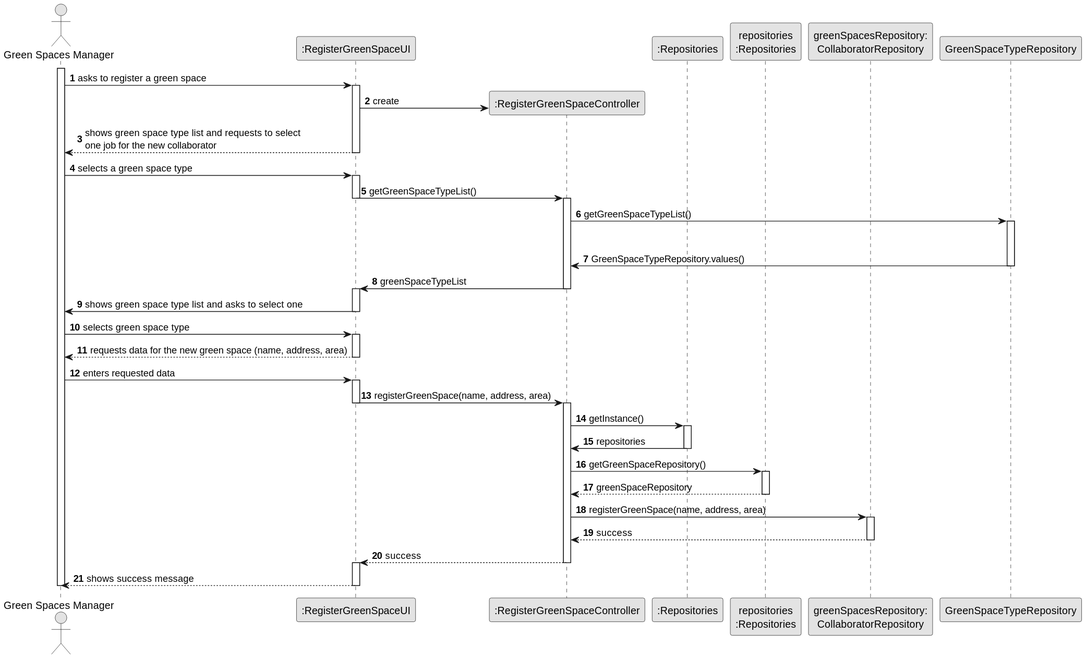
Earlier version of the PlantUML export docs/sprintC/us020/03.design/svg/us020-sequence-diagram-full.svg (Departamento-de-Engenharia-Informatica/lei-24-s2-1do-g164). The source it was exported from:
```plantuml
@startuml
skinparam monochrome true
skinparam packageStyle rectangle
    skinparam shadowing false

    autonumber

    actor "Green Spaces Manager" as HRM
    participant ":RegisterGreenSpaceUI" as UI
    participant ":RegisterGreenSpaceController" as CTRL
    participant ":Repositories" as RepositorySingleton
    participant "repositories\n:Repositories" as PLAT
    participant "greenSpacesRepository:\nCollaboratorRepository" as collaboratorRepository
    participant "GreenSpaceTypeRepository" as DocumentTypeRepository
    activate HRM

            HRM -> UI : asks to register a green space
            activate UI


                UI -> CTRL** : create



                UI --> HRM : shows green space type list and requests to select \none job for the new collaborator
            deactivate UI

        HRM -> UI : selects a green space type
        activate UI
        UI -> CTRL : getGreenSpaceTypeList()
                deactivate UI
                activate CTRL
                CTRL -> DocumentTypeRepository : getGreenSpaceTypeList()

                activate "DocumentTypeRepository"
                deactivate UI
                DocumentTypeRepository -> CTRL : GreenSpaceTypeRepository.values()
                deactivate DocumentTypeRepository
                        CTRL -> UI : greenSpaceTypeList

                deactivate CTRL
                activate UI

                UI -> HRM : shows green space type list and asks to select one
                deactivate UI
                HRM -> UI : selects green space type
                activate UI
        HRM <-- UI : requests data for the new green space (name, address, area)
        deactivate UI
        HRM -> UI : enters requested data
        activate UI


           UI -> CTRL : registerGreenSpace(name, address, area)
               deactivate UI
               activate CTRL
                 CTRL -> RepositorySingleton : getInstance()
                 activate RepositorySingleton
                   RepositorySingleton -> CTRL : repositories
                 deactivate RepositorySingleton

                 CTRL -> PLAT : getGreenSpaceRepository()
                 activate PLAT
                   PLAT --> CTRL : greenSpaceRepository
                 deactivate PLAT

                 CTRL -> collaboratorRepository : registerGreenSpace(name, address, area)
                 activate collaboratorRepository


                   collaboratorRepository --> CTRL : success


                 deactivate collaboratorRepository
                 CTRL --> UI : success
                    deactivate CTRL
                 activate UI
               deactivate CTRL

              UI --> HRM : shows success message
                          deactivate UI


    deactivate HRM
@enduml
```
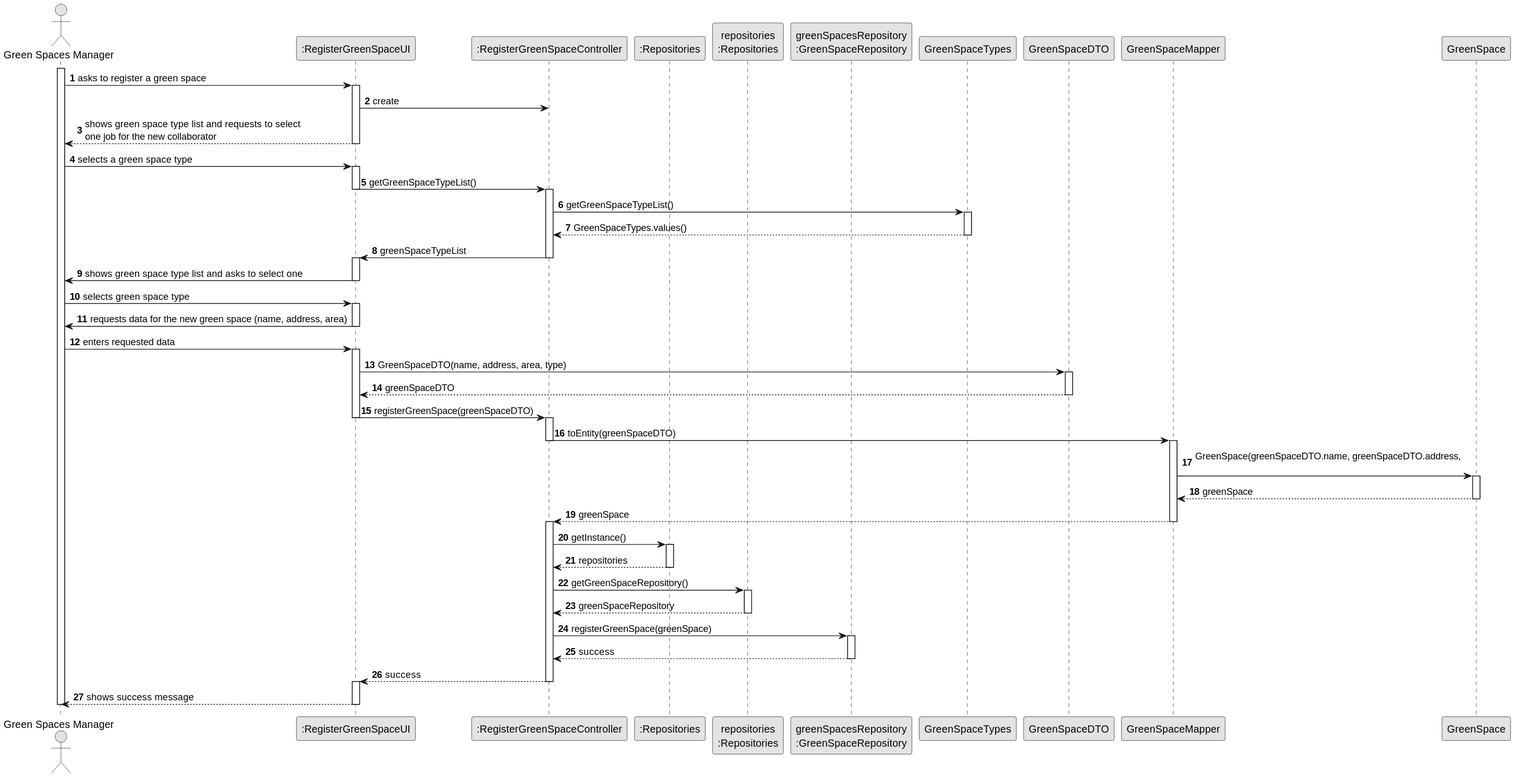
Later version of the same file.

The edit, as a diff of the source:
```diff
@@ -1,85 +1,94 @@
 @startuml
 skinparam monochrome true
 skinparam packageStyle rectangle
-    skinparam shadowing false
+skinparam shadowing false
 
-    autonumber
+autonumber
 
-    actor "Green Spaces Manager" as HRM
-    participant ":RegisterGreenSpaceUI" as UI
-    participant ":RegisterGreenSpaceController" as CTRL
-    participant ":Repositories" as RepositorySingleton
-    participant "repositories\n:Repositories" as PLAT
-    participant "greenSpacesRepository:\nCollaboratorRepository" as collaboratorRepository
-    participant "GreenSpaceTypeRepository" as DocumentTypeRepository
-    activate HRM
+actor "Green Spaces Manager" as HRM
+participant ":RegisterGreenSpaceUI" as UI
+participant ":RegisterGreenSpaceController" as CTRL
+participant ":Repositories" as RepositorySingleton
+participant "repositories\n:Repositories" as PLAT
+participant "greenSpacesRepository\n:GreenSpaceRepository" as collaboratorRepository
+participant "GreenSpaceTypes" as DocumentTypeRepository
+participant "GreenSpaceDTO" as GreenSpaceDTO
+activate HRM
 
-            HRM -> UI : asks to register a green space
-            activate UI
+    HRM -> UI : asks to register a green space
+    activate UI
+
+    UI -> CTRL : create
+
+    UI --> HRM : shows green space type list and requests to select \none job for the new collaborator
+    deactivate UI
+
+    HRM -> UI : selects a green space type
+    activate UI
+    UI -> CTRL : getGreenSpaceTypeList()
+    deactivate UI
+    activate CTRL
+    CTRL -> DocumentTypeRepository : getGreenSpaceTypeList()
+
+    activate DocumentTypeRepository
+    DocumentTypeRepository --> CTRL : GreenSpaceTypes.values()
+    deactivate DocumentTypeRepository
+    CTRL -> UI : greenSpaceTypeList
+
+    deactivate CTRL
+    activate UI
+
+    UI -> HRM : shows green space type list and asks to select one
+    deactivate UI
+    HRM -> UI : selects green space type
+    activate UI
+    UI -> HRM : requests data for the new green space (name, address, area)
+    deactivate UI
+    HRM -> UI : enters requested data
+    activate UI
 
 
-                UI -> CTRL** : create
+UI -> "GreenSpaceDTO" : GreenSpaceDTO(name, address, area, type)
+activate "GreenSpaceDTO"
+"GreenSpaceDTO"--> UI : greenSpaceDTO
+deactivate "GreenSpaceDTO"
+    UI -> CTRL : registerGreenSpace(greenSpaceDTO)
+    deactivate UI
+    activate CTRL
+    CTRL -> "GreenSpaceMapper" : toEntity(greenSpaceDTO)
+    deactivate CTRL
+    activate "GreenSpaceMapper"
+    "GreenSpaceMapper" -> "GreenSpace" : GreenSpace(greenSpaceDTO.name, greenSpaceDTO.address, \n
+    activate GreenSpace
+    "GreenSpace" --> "GreenSpaceMapper" : greenSpace
+    deactivate GreenSpace
+    "GreenSpaceMapper" --> CTRL : greenSpace
+    deactivate "GreenSpaceMapper"
+    activate CTRL
 
 
+    CTRL -> RepositorySingleton : getInstance()
+    activate RepositorySingleton
+    RepositorySingleton --> CTRL : repositories
+    deactivate RepositorySingleton
 
-                UI --> HRM : shows green space type list and requests to select \none job for the new collaborator
-            deactivate UI
+    CTRL -> PLAT : getGreenSpaceRepository()
+    activate PLAT
+    PLAT --> CTRL : greenSpaceRepository
+    deactivate PLAT
 
-        HRM -> UI : selects a green space type
-        activate UI
-        UI -> CTRL : getGreenSpaceTypeList()
-                deactivate UI
-                activate CTRL
-                CTRL -> DocumentTypeRepository : getGreenSpaceTypeList()
+    CTRL -> collaboratorRepository : registerGreenSpace(greenSpace)
+    activate collaboratorRepository
 
-                activate "DocumentTypeRepository"
-                deactivate UI
-                DocumentTypeRepository -> CTRL : GreenSpaceTypeRepository.values()
-                deactivate DocumentTypeRepository
-                        CTRL -> UI : greenSpaceTypeList
+    collaboratorRepository --> CTRL : success
 
-                deactivate CTRL
-                activate UI
+    deactivate collaboratorRepository
+    CTRL --> UI : success
+    deactivate CTRL
+    activate UI
 
-                UI -> HRM : shows green space type list and asks to select one
-                deactivate UI
-                HRM -> UI : selects green space type
-                activate UI
-        HRM <-- UI : requests data for the new green space (name, address, area)
-        deactivate UI
-        HRM -> UI : enters requested data
-        activate UI
+    UI --> HRM : shows success message
+    deactivate UI
 
-
-           UI -> CTRL : registerGreenSpace(name, address, area)
-               deactivate UI
-               activate CTRL
-                 CTRL -> RepositorySingleton : getInstance()
-                 activate RepositorySingleton
-                   RepositorySingleton -> CTRL : repositories
-                 deactivate RepositorySingleton
-
-                 CTRL -> PLAT : getGreenSpaceRepository()
-                 activate PLAT
-                   PLAT --> CTRL : greenSpaceRepository
-                 deactivate PLAT
-
-                 CTRL -> collaboratorRepository : registerGreenSpace(name, address, area)
-                 activate collaboratorRepository
-
-
-                   collaboratorRepository --> CTRL : success
-
-
-                 deactivate collaboratorRepository
-                 CTRL --> UI : success
-                    deactivate CTRL
-                 activate UI
-               deactivate CTRL
-
-              UI --> HRM : shows success message
-                          deactivate UI
-
-
-    deactivate HRM
+deactivate HRM
 @enduml
```
